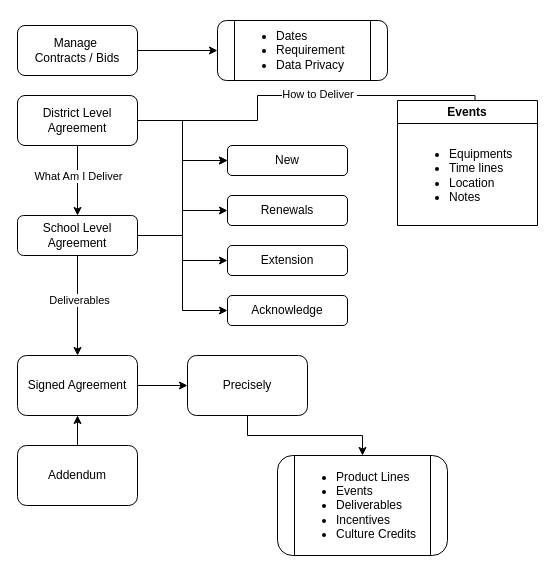
This is page "Contract" (4 of 8) of 11.drawio from ai-next-zen/diagrams, a draw.io file, before an edit. Source tidied: cells renumbered, new cells numbered last; positions are measured from the earlier drawing's top-left corner, leaving out a move shared by most shapes. Both pictures are drawn from the tidied source at 100%, with x=0, y=0 at pixel (17, 20).
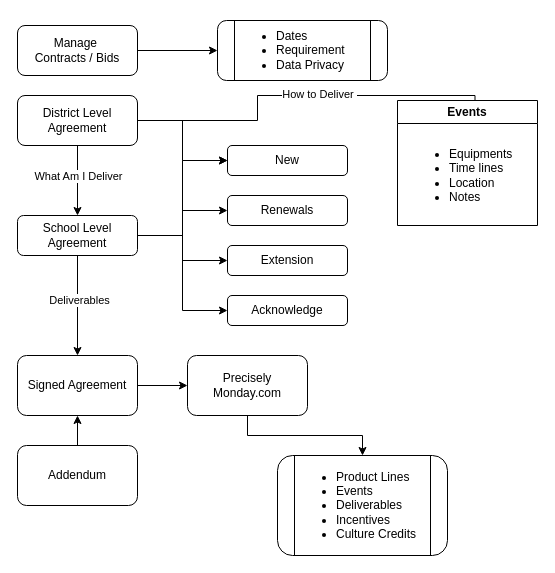
The same diagram, later.

Diff of the diagram source:
```diff
@@
-    <mxCell id="27" value="Precisely" style="whiteSpace=wrap;html=1;rounded=1;" parent="1" vertex="1">
+    <mxCell id="27" value="Precisely&lt;div&gt;Monday.com&lt;/div&gt;" style="whiteSpace=wrap;html=1;rounded=1;" parent="1" vertex="1">
       <mxGeometry x="170" y="335" width="120" height="60" as="geometry" />
     </mxCell>
```
